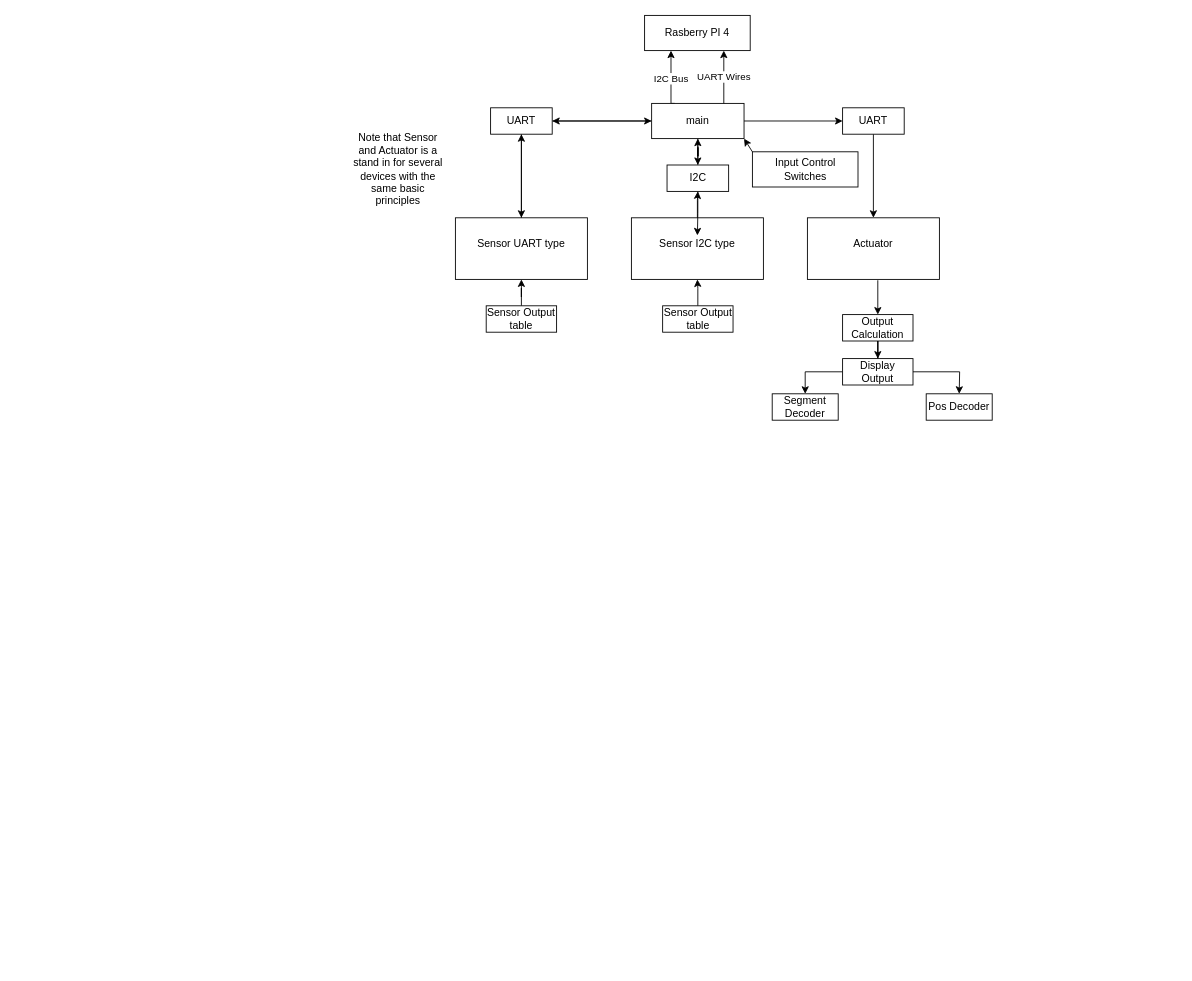
The draw.io diagram COMPE470L.drawio in Dkenner1/Test, before the edit. Source tidied: cells renumbered, new cells numbered last; positions are measured from the earlier drawing's top-left corner, leaving out a move shared by most shapes. Both pictures are drawn from the tidied source at 88%, with x=0, y=0 at pixel (349, 15).
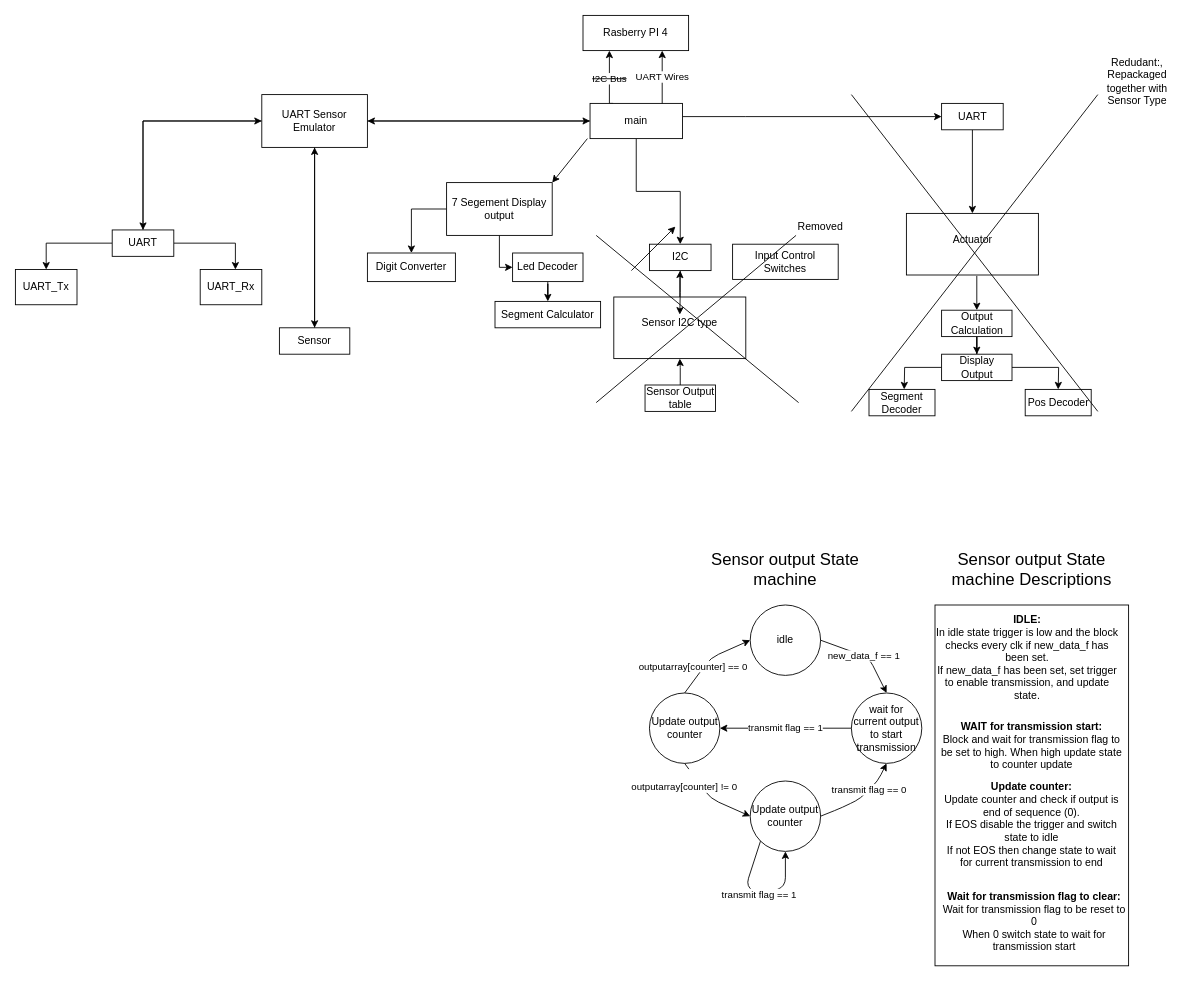
Above is the later version.

Diff of the diagram source:
```diff
@@
+    <mxCell id="43" style="rounded=0;whiteSpace=wrap;html=1;" parent="1" vertex="1">
+      <mxGeometry x="665" y="670" width="220" height="410" as="geometry" />
+    </mxCell>
-    <mxCell id="2" style="edgeStyle=orthogonalEdgeStyle;rounded=0;jettySize=auto;html=1;" parent="1" edge="1" source="6" target="29">
+    <mxCell id="2" style="edgeStyle=orthogonalEdgeStyle;rounded=0;jettySize=auto;html=1;exitX=0.5;exitY=1;exitDx=0;exitDy=0;" parent="1" edge="1" source="6" target="29">
       <mxGeometry relative="1" as="geometry" />
     </mxCell>
-    <mxCell id="3" style="edgeStyle=orthogonalEdgeStyle;rounded=0;jettySize=auto;html=1;entryX=1;entryY=0.5;entryDx=0;entryDy=0;" parent="1" edge="1" source="6" target="20">
-      <mxGeometry relative="1" as="geometry" />
-    </mxCell>
     <mxCell id="4" style="edgeStyle=orthogonalEdgeStyle;rounded=0;jettySize=auto;html=1;entryX=0;entryY=0.5;entryDx=0;entryDy=0;" parent="1" edge="1" source="6" target="24">
-      <mxGeometry relative="1" as="geometry" />
+      <mxGeometry relative="1" as="geometry">
+        <Array as="points">
+          <mxPoint x="450" y="115" />
+          <mxPoint x="450" y="115" />
+        </Array>
+      </mxGeometry>
     </mxCell>
-    <mxCell id="5" value="&lt;div&gt;I2C Bus&lt;/div&gt;" style="edgeStyle=orthogonalEdgeStyle;rounded=0;jettySize=auto;html=1;entryX=0.25;entryY=1;entryDx=0;entryDy=0;exitX=0.25;exitY=0;exitDx=0;exitDy=0;" parent="1" edge="1" source="6" target="7">
+    <mxCell id="5" value="&lt;div&gt;&lt;strike&gt;I2C Bus&lt;/strike&gt;&lt;/div&gt;" style="edgeStyle=orthogonalEdgeStyle;rounded=0;jettySize=auto;html=1;entryX=0.25;entryY=1;entryDx=0;entryDy=0;exitX=0.25;exitY=0;exitDx=0;exitDy=0;" parent="1" edge="1" source="6" target="7">
       <mxGeometry relative="1" as="geometry">
         <Array as="points">
-          <mxPoint x="365" y="100" />
+          <mxPoint x="295" y="100" />
         </Array>
       </mxGeometry>
     </mxCell>
+    <mxCell id="44" style="edgeStyle=orthogonalEdgeStyle;rounded=0;jettySize=auto;html=1;entryX=1;entryY=0.5;entryDx=0;entryDy=0;" parent="1" edge="1" source="6" target="60">
+      <mxGeometry relative="1" as="geometry" />
+    </mxCell>
     <mxCell id="6" value="main" style="rounded=0;whiteSpace=wrap;html=1;" parent="1" vertex="1">
-      <mxGeometry x="343" y="100" width="105" height="40" as="geometry" />
+      <mxGeometry x="273" y="100" width="105" height="40" as="geometry" />
     </mxCell>
     <mxCell id="7" value="Rasberry PI 4" style="rounded=0;whiteSpace=wrap;html=1;" parent="1" vertex="1">
-      <mxGeometry x="335" width="120" height="40" as="geometry" />
+      <mxGeometry x="265" width="120" height="40" as="geometry" />
     </mxCell>
     <mxCell id="8" value="Input Control Switches" style="rounded=0;whiteSpace=wrap;html=1;" parent="1" vertex="1">
-      <mxGeometry x="457.5" y="155" width="120" height="40" as="geometry" />
+      <mxGeometry x="435" y="260" width="120" height="40" as="geometry" />
     </mxCell>
-    <mxCell id="9" style="group;" parent="1" vertex="1">
-      <mxGeometry x="120" y="230" width="150" height="70" as="geometry" />
-    </mxCell>
-    <mxCell id="10" style="rounded=0;whiteSpace=wrap;html=1;" parent="9" vertex="1">
-      <mxGeometry width="150" height="70" as="geometry" />
-    </mxCell>
-    <mxCell id="11" value="Sensor UART type" style="text;html=1;strokeColor=none;fillColor=none;align=center;verticalAlign=middle;whiteSpace=wrap;rounded=0;" parent="9" vertex="1">
-      <mxGeometry x="20" y="20" width="110" height="20" as="geometry" />
-    </mxCell>
     <mxCell id="12" style="group;" parent="1" vertex="1">
-      <mxGeometry x="320" y="230" width="150" height="70" as="geometry" />
+      <mxGeometry x="300" y="320" width="150" height="70" as="geometry" />
     </mxCell>
@@
     <mxCell id="15" style="group;" parent="1" vertex="1">
-      <mxGeometry x="520" y="230" width="150" height="70" as="geometry" />
+      <mxGeometry x="632.5" y="225" width="150" height="70" as="geometry" />
     </mxCell>
@@
-    <mxCell id="18" style="edgeStyle=orthogonalEdgeStyle;rounded=0;jettySize=auto;html=1;entryX=0;entryY=0.5;entryDx=0;entryDy=0;" parent="1" edge="1" source="20" target="6">
-      <mxGeometry relative="1" as="geometry" />
-    </mxCell>
-    <mxCell id="19" style="edgeStyle=orthogonalEdgeStyle;rounded=0;jettySize=auto;html=1;entryX=0.5;entryY=0;entryDx=0;entryDy=0;" parent="1" edge="1" source="20" target="10">
-      <mxGeometry relative="1" as="geometry" />
-    </mxCell>
-    <mxCell id="20" value="UART" style="rounded=0;whiteSpace=wrap;html=1;" parent="1" vertex="1">
-      <mxGeometry x="160" y="105" width="70" height="30" as="geometry" />
-    </mxCell>
@@
     <mxCell id="22" value="Sensor Output table" style="rounded=0;whiteSpace=wrap;html=1;" parent="1" vertex="1">
-      <mxGeometry x="355.5" y="330" width="80" height="30" as="geometry" />
+      <mxGeometry x="335.5" y="420" width="80" height="30" as="geometry" />
     </mxCell>
@@
     <mxCell id="24" value="UART" style="rounded=0;whiteSpace=wrap;html=1;" parent="1" vertex="1">
-      <mxGeometry x="560" y="105" width="70" height="30" as="geometry" />
+      <mxGeometry x="672.5" y="100" width="70" height="30" as="geometry" />
     </mxCell>
@@
     <mxCell id="26" value="Output Calculation" style="rounded=0;whiteSpace=wrap;html=1;" parent="1" vertex="1">
-      <mxGeometry x="560" y="340" width="80" height="30" as="geometry" />
+      <mxGeometry x="672.5" y="335" width="80" height="30" as="geometry" />
     </mxCell>
-    <mxCell id="27" style="edgeStyle=orthogonalEdgeStyle;rounded=0;jettySize=auto;html=1;" parent="1" edge="1" source="29" target="6">
-      <mxGeometry relative="1" as="geometry" />
-    </mxCell>
@@
     <mxCell id="29" value="I2C" style="rounded=0;whiteSpace=wrap;html=1;" parent="1" vertex="1">
-      <mxGeometry x="360.5" y="170" width="70" height="30" as="geometry" />
+      <mxGeometry x="340.5" y="260" width="70" height="30" as="geometry" />
     </mxCell>
-    <mxCell id="30" style="edgeStyle=orthogonalEdgeStyle;rounded=0;jettySize=auto;html=1;" parent="1" edge="1" source="31" target="10">
-      <mxGeometry relative="1" as="geometry" />
-    </mxCell>
+    <mxCell id="45" style="edgeStyle=orthogonalEdgeStyle;rounded=0;jettySize=auto;html=1;entryX=0.5;entryY=1;entryDx=0;entryDy=0;" parent="1" edge="1" source="31" target="60">
+      <mxGeometry relative="1" as="geometry" />
+    </mxCell>
-    <mxCell id="31" value="Sensor Output table" style="rounded=0;whiteSpace=wrap;html=1;" parent="1" vertex="1">
-      <mxGeometry x="155" y="330" width="80" height="30" as="geometry" />
+    <mxCell id="31" value="Sensor " style="rounded=0;whiteSpace=wrap;html=1;" parent="1" vertex="1">
+      <mxGeometry x="-80" y="355" width="80" height="30" as="geometry" />
     </mxCell>
-    <mxCell id="32" style="edgeStyle=orthogonalEdgeStyle;rounded=0;jettySize=auto;html=1;" parent="1" edge="1" source="34" target="35">
-      <mxGeometry relative="1" as="geometry" />
+    <mxCell id="32" style="edgeStyle=orthogonalEdgeStyle;rounded=0;jettySize=auto;html=1;" parent="1" edge="1" source="34">
+      <mxGeometry relative="1" as="geometry">
+        <mxPoint x="630" y="425" as="targetPoint" />
+      </mxGeometry>
     </mxCell>
     <mxCell id="33" style="edgeStyle=orthogonalEdgeStyle;rounded=0;jettySize=auto;html=1;entryX=0.5;entryY=0;entryDx=0;entryDy=0;" parent="1" edge="1" source="34">
       <mxGeometry relative="1" as="geometry">
-        <mxPoint x="692.5" y="430" as="targetPoint" />
+        <mxPoint x="805" y="425" as="targetPoint" />
       </mxGeometry>
     </mxCell>
     <mxCell id="34" value="Display Output" style="rounded=0;whiteSpace=wrap;html=1;" parent="1" vertex="1">
-      <mxGeometry x="560" y="390" width="80" height="30" as="geometry" />
+      <mxGeometry x="672.5" y="385" width="80" height="30" as="geometry" />
     </mxCell>
     <mxCell id="35" value="Segment Decoder" style="whiteSpace=wrap;html=1;rounded=0;" parent="1" vertex="1">
-      <mxGeometry x="480" y="430" width="75" height="30" as="geometry" />
+      <mxGeometry x="590" y="425" width="75" height="30" as="geometry" />
     </mxCell>
@@
-    <mxCell id="37" style="edgeStyle=orthogonalEdgeStyle;rounded=0;jettySize=auto;html=1;entryX=0.5;entryY=1;entryDx=0;entryDy=0;" parent="1" edge="1" source="10" target="20">
-      <mxGeometry relative="1" as="geometry" />
-    </mxCell>
     <mxCell id="38" value="Pos Decoder" style="whiteSpace=wrap;html=1;rounded=0;" parent="1" vertex="1">
-      <mxGeometry x="655" y="430" width="75" height="30" as="geometry" />
+      <mxGeometry x="767.5" y="425" width="75" height="30" as="geometry" />
     </mxCell>
     <mxCell id="39" style="endArrow=classic;html=1;entryX=0.5;entryY=0;entryDx=0;entryDy=0;" parent="1" edge="1" target="26">
       <mxGeometry relative="1" as="geometry">
-        <mxPoint x="600" y="301" as="sourcePoint" />
+        <mxPoint x="712.5" y="296" as="sourcePoint" />
       </mxGeometry>
     </mxCell>
-    <mxCell id="40" value="Note that Sensor and Actuator is a stand in for several devices with the same basic principles" style="text;html=1;strokeColor=none;fillColor=none;align=center;verticalAlign=middle;whiteSpace=wrap;rounded=0;" parent="1" vertex="1">
-      <mxGeometry y="130" width="110" height="90" as="geometry" />
-    </mxCell>
     <mxCell id="41" value="UART Wires" style="endArrow=classic;html=1;entryX=0.75;entryY=1;entryDx=0;entryDy=0;" parent="1" edge="1" target="7">
       <mxGeometry relative="1" as="geometry">
-        <mxPoint x="425" y="100" as="sourcePoint" />
+        <mxPoint x="355" y="100" as="sourcePoint" />
       </mxGeometry>
     </mxCell>
-    <mxCell id="42" style="endArrow=classic;html=1;entryX=1;entryY=1;entryDx=0;entryDy=0;exitX=0;exitY=0;exitDx=0;exitDy=0;" parent="1" edge="1" source="8" target="6">
-      <mxGeometry relative="1" as="geometry" />
-    </mxCell>
+    <mxCell id="46" style="endArrow=none;html=1;" parent="1" edge="1">
+      <mxGeometry relative="1" as="geometry">
+        <mxPoint x="280" y="440" as="sourcePoint" />
+        <mxPoint x="507.1" y="250" as="targetPoint" />
+      </mxGeometry>
+    </mxCell>
+    <mxCell id="47" value="Removed" style="text;html=1;strokeColor=none;fillColor=none;align=center;verticalAlign=middle;whiteSpace=wrap;rounded=0;" parent="1" vertex="1">
+      <mxGeometry x="490" y="225" width="90" height="30" as="geometry" />
+    </mxCell>
+    <mxCell id="48" style="endArrow=none;html=1;" parent="1" edge="1">
+      <mxGeometry relative="1" as="geometry">
+        <mxPoint x="510" y="440" as="sourcePoint" />
+        <mxPoint x="280" y="250" as="targetPoint" />
+      </mxGeometry>
+    </mxCell>
+    <mxCell id="49" style="edgeStyle=orthogonalEdgeStyle;rounded=0;jettySize=auto;html=1;entryX=0;entryY=0.5;entryDx=0;entryDy=0;" parent="1" edge="1" source="20" target="60">
+      <mxGeometry relative="1" as="geometry">
+        <Array as="points">
+          <mxPoint x="-235" y="120" />
+        </Array>
+      </mxGeometry>
+    </mxCell>
+    <mxCell id="50" style="edgeStyle=orthogonalEdgeStyle;rounded=0;jettySize=auto;html=1;entryX=0.5;entryY=0;entryDx=0;entryDy=0;" parent="1" edge="1" source="20" target="52">
+      <mxGeometry relative="1" as="geometry" />
+    </mxCell>
+    <mxCell id="51" style="edgeStyle=orthogonalEdgeStyle;rounded=0;jettySize=auto;html=1;" parent="1" edge="1" source="20">
+      <mxGeometry relative="1" as="geometry">
+        <mxPoint x="-130" y="288.8" as="targetPoint" />
+        <Array as="points">
+          <mxPoint x="-130" y="258.8" />
+          <mxPoint x="-130" y="288.8" />
+        </Array>
+      </mxGeometry>
+    </mxCell>
+    <mxCell id="20" value="UART" style="rounded=0;whiteSpace=wrap;html=1;" parent="1" vertex="1">
+      <mxGeometry x="-270" y="243.8" width="70" height="30" as="geometry" />
+    </mxCell>
+    <mxCell id="52" value="UART_Tx" style="rounded=0;whiteSpace=wrap;html=1;" parent="1" vertex="1">
+      <mxGeometry x="-380" y="288.8" width="70" height="40" as="geometry" />
+    </mxCell>
+    <mxCell id="53" value="UART_Rx" style="rounded=0;whiteSpace=wrap;html=1;" parent="1" vertex="1">
+      <mxGeometry x="-170" y="288.8" width="70" height="40" as="geometry" />
+    </mxCell>
+    <mxCell id="54" style="endArrow=none;html=1;" parent="1" edge="1">
+      <mxGeometry relative="1" as="geometry">
+        <mxPoint x="570" y="450" as="sourcePoint" />
+        <mxPoint x="850" y="90" as="targetPoint" />
+      </mxGeometry>
+    </mxCell>
+    <mxCell id="55" style="endArrow=none;html=1;" parent="1" edge="1">
+      <mxGeometry relative="1" as="geometry">
+        <mxPoint x="850" y="450" as="sourcePoint" />
+        <mxPoint x="570" y="90" as="targetPoint" />
+      </mxGeometry>
+    </mxCell>
+    <mxCell id="56" value="Redudant:, Repackaged together with Sensor Type" style="text;html=1;strokeColor=none;fillColor=none;align=center;verticalAlign=middle;whiteSpace=wrap;rounded=0;" parent="1" vertex="1">
+      <mxGeometry x="850" y="60" width="90" height="30" as="geometry" />
+    </mxCell>
+    <mxCell id="57" style="edgeStyle=orthogonalEdgeStyle;rounded=0;jettySize=auto;html=1;exitX=1;exitY=0.5;exitDx=0;exitDy=0;" parent="1" edge="1" source="60" target="6">
+      <mxGeometry relative="1" as="geometry" />
+    </mxCell>
+    <mxCell id="58" style="edgeStyle=orthogonalEdgeStyle;rounded=0;jettySize=auto;html=1;entryX=0.5;entryY=0;entryDx=0;entryDy=0;" parent="1" edge="1" source="60" target="31">
+      <mxGeometry relative="1" as="geometry" />
+    </mxCell>
+    <mxCell id="59" style="edgeStyle=orthogonalEdgeStyle;rounded=0;jettySize=auto;html=1;entryX=0.5;entryY=0;entryDx=0;entryDy=0;" parent="1" edge="1" source="60" target="20">
+      <mxGeometry relative="1" as="geometry" />
+    </mxCell>
+    <mxCell id="60" value="&lt;div&gt;UART Sensor Emulator&lt;/div&gt;" style="rounded=0;whiteSpace=wrap;html=1;" parent="1" vertex="1">
+      <mxGeometry x="-100" y="90" width="120" height="60" as="geometry" />
+    </mxCell>
+    <mxCell id="61" value="idle" style="ellipse;whiteSpace=wrap;html=1;" parent="1" vertex="1">
+      <mxGeometry x="455" y="670" width="80" height="80" as="geometry" />
+    </mxCell>
+    <mxCell id="62" value="&lt;font style=&quot;font-size: 19px&quot;&gt;Sensor output State machine&lt;/font&gt;" style="text;html=1;strokeColor=none;fillColor=none;align=center;verticalAlign=middle;whiteSpace=wrap;rounded=0;" parent="1" vertex="1">
+      <mxGeometry x="390" y="600" width="210" height="60" as="geometry" />
+    </mxCell>
+    <mxCell id="63" value="transmit flag == 1" style="edgeStyle=orthogonalEdgeStyle;rounded=0;jettySize=auto;html=1;" parent="1" edge="1" source="64">
+      <mxGeometry relative="1" as="geometry">
+        <mxPoint x="420.5" y="810" as="targetPoint" />
+        <Array as="points">
+          <mxPoint x="490" y="810" />
+          <mxPoint x="490" y="810" />
+        </Array>
+      </mxGeometry>
+    </mxCell>
+    <mxCell id="64" value="wait for current output to start transmission" style="ellipse;whiteSpace=wrap;html=1;" parent="1" vertex="1">
+      <mxGeometry x="570" y="770" width="80" height="80" as="geometry" />
+    </mxCell>
+    <mxCell id="65" value="outputarray[counter] == 0" style="endArrow=classic;html=1;exitX=0.5;exitY=0;exitDx=0;exitDy=0;entryX=0;entryY=0.5;entryDx=0;entryDy=0;" parent="1" edge="1" target="61">
+      <mxGeometry x="-0.4" y="10" relative="1" as="geometry">
+        <mxPoint x="380.5" y="770" as="sourcePoint" />
+        <Array as="points">
+          <mxPoint x="410" y="730" />
+        </Array>
+      </mxGeometry>
+    </mxCell>
+    <mxCell id="66" value="&lt;div&gt;new_data_f == 1&lt;/div&gt;" style="endArrow=classic;html=1;entryX=0.5;entryY=0;entryDx=0;entryDy=0;exitX=1;exitY=0.5;exitDx=0;exitDy=0;" parent="1" edge="1" source="61" target="64">
+      <mxGeometry relative="1" as="geometry">
+        <Array as="points">
+          <mxPoint x="590" y="730" />
+        </Array>
+      </mxGeometry>
+    </mxCell>
+    <mxCell id="67" value="&lt;div&gt;&lt;b&gt;IDLE:&lt;/b&gt;&lt;/div&gt;&lt;div&gt;In idle state trigger is low and the block checks every clk if new_data_f has been set.&lt;/div&gt;&lt;div&gt;If new_data_f has been set, set trigger to enable transmission, and update state.&lt;br&gt;&lt;/div&gt;" style="text;html=1;strokeColor=none;fillColor=none;align=center;verticalAlign=middle;whiteSpace=wrap;rounded=0;" parent="1" vertex="1">
+      <mxGeometry x="665" y="690" width="210" height="80" as="geometry" />
+    </mxCell>
+    <mxCell id="68" value="&lt;font style=&quot;font-size: 19px&quot;&gt;Sensor output State machine Descriptions&lt;br&gt;&lt;/font&gt;" style="text;html=1;strokeColor=none;fillColor=none;align=center;verticalAlign=middle;whiteSpace=wrap;rounded=0;" parent="1" vertex="1">
+      <mxGeometry x="670" y="600" width="210" height="60" as="geometry" />
+    </mxCell>
+    <mxCell id="69" value="&lt;div&gt;&lt;b&gt;WAIT for transmission start:&lt;/b&gt;&lt;/div&gt;&lt;div&gt;Block and wait for transmission flag to be set to high. When high update state to counter update&lt;br&gt;&lt;/div&gt;" style="text;html=1;strokeColor=none;fillColor=none;align=center;verticalAlign=middle;whiteSpace=wrap;rounded=0;" parent="1" vertex="1">
+      <mxGeometry x="670" y="790" width="210" height="80" as="geometry" />
+    </mxCell>
+    <mxCell id="70" value="&lt;div&gt;&lt;b&gt;Update counter:&lt;/b&gt;&lt;/div&gt;&lt;div&gt;Update counter and check if output is end of sequence (0).&lt;/div&gt;&lt;div&gt;If EOS disable the trigger and switch state to idle&lt;/div&gt;&lt;div&gt;If not EOS then change state to wait for current transmission to end&lt;br&gt;&lt;/div&gt;" style="text;html=1;strokeColor=none;fillColor=none;align=center;verticalAlign=middle;whiteSpace=wrap;rounded=0;" parent="1" vertex="1">
+      <mxGeometry x="670" y="880" width="210" height="80" as="geometry" />
+    </mxCell>
+    <mxCell id="71" value="&lt;div&gt;&lt;b&gt;Wait for transmission flag to clear:&lt;/b&gt;&lt;/div&gt;&lt;div&gt;Wait for transmission flag to be reset to 0&lt;/div&gt;&lt;div&gt;When 0 switch state to wait for transmission start&lt;br&gt;&lt;/div&gt;" style="text;html=1;strokeColor=none;fillColor=none;align=center;verticalAlign=middle;whiteSpace=wrap;rounded=0;" parent="1" vertex="1">
+      <mxGeometry x="672.5" y="990" width="210" height="80" as="geometry" />
+    </mxCell>
+    <mxCell id="72" value="Update output counter" style="ellipse;whiteSpace=wrap;html=1;" parent="1" vertex="1">
+      <mxGeometry x="340.5" y="770" width="80" height="80" as="geometry" />
+    </mxCell>
+    <mxCell id="73" value="Update output counter" style="ellipse;whiteSpace=wrap;html=1;" parent="1" vertex="1">
+      <mxGeometry x="455" y="870" width="80" height="80" as="geometry" />
+    </mxCell>
+    <mxCell id="74" value="transmit flag == 0" style="endArrow=classic;html=1;entryX=0.5;entryY=1;entryDx=0;entryDy=0;exitX=1;exitY=0.5;exitDx=0;exitDy=0;" parent="1" edge="1" source="73" target="64">
+      <mxGeometry x="0.27" relative="1" as="geometry">
+        <Array as="points">
+          <mxPoint x="560" y="900" />
+          <mxPoint x="580" y="890" />
+          <mxPoint x="600" y="870" />
+        </Array>
+      </mxGeometry>
+    </mxCell>
+    <mxCell id="75" value="transmit flag == 1" style="endArrow=classic;html=1;exitX=0;exitY=1;exitDx=0;exitDy=0;" parent="1" edge="1" source="73">
+      <mxGeometry relative="1" as="geometry">
+        <mxPoint x="495" y="950" as="targetPoint" />
+        <Array as="points">
+          <mxPoint x="450" y="990" />
+          <mxPoint x="467" y="1000" />
+          <mxPoint x="495" y="990" />
+        </Array>
+      </mxGeometry>
+    </mxCell>
+    <mxCell id="76" value="&lt;br&gt;outputarray[counter] != 0&lt;br&gt;" style="endArrow=classic;html=1;exitX=0.5;exitY=1;exitDx=0;exitDy=0;entryX=0;entryY=0.5;entryDx=0;entryDy=0;" parent="1" edge="1" source="72" target="73">
+      <mxGeometry x="-0.68" y="-12" relative="1" as="geometry">
+        <Array as="points">
+          <mxPoint x="410" y="890" />
+        </Array>
+      </mxGeometry>
+    </mxCell>
+    <mxCell id="77" style="edgeStyle=orthogonalEdgeStyle;rounded=0;jettySize=auto;html=1;entryX=0.5;entryY=0;entryDx=0;entryDy=0;" parent="1" edge="1" source="79" target="81">
+      <mxGeometry relative="1" as="geometry">
+        <Array as="points">
+          <mxPoint x="70" y="220" />
+        </Array>
+      </mxGeometry>
+    </mxCell>
+    <mxCell id="78" style="edgeStyle=orthogonalEdgeStyle;rounded=0;jettySize=auto;html=1;entryX=0;entryY=0.5;entryDx=0;entryDy=0;" parent="1" edge="1" source="79" target="83">
+      <mxGeometry relative="1" as="geometry">
+        <Array as="points">
+          <mxPoint x="170" y="286" />
+          <mxPoint x="185" y="286" />
+        </Array>
+      </mxGeometry>
+    </mxCell>
+    <mxCell id="79" value="7 Segement Display output" style="rounded=0;whiteSpace=wrap;html=1;" parent="1" vertex="1">
+      <mxGeometry x="110" y="190" width="120" height="60" as="geometry" />
+    </mxCell>
+    <mxCell id="80" style="endArrow=classic;html=1;entryX=1;entryY=0;entryDx=0;entryDy=0;" parent="1" edge="1" target="79">
+      <mxGeometry relative="1" as="geometry">
+        <mxPoint x="270" y="140" as="sourcePoint" />
+      </mxGeometry>
+    </mxCell>
+    <mxCell id="81" value="Digit Converter" style="rounded=0;whiteSpace=wrap;html=1;" parent="1" vertex="1">
+      <mxGeometry x="20" y="270" width="100" height="32.5" as="geometry" />
+    </mxCell>
+    <mxCell id="82" style="edgeStyle=orthogonalEdgeStyle;rounded=0;jettySize=auto;html=1;entryX=0.5;entryY=0;entryDx=0;entryDy=0;" parent="1" edge="1" source="83" target="84">
+      <mxGeometry relative="1" as="geometry" />
+    </mxCell>
+    <mxCell id="83" value="Led Decoder" style="rounded=0;whiteSpace=wrap;html=1;" parent="1" vertex="1">
+      <mxGeometry x="185" y="270" width="80" height="32.5" as="geometry" />
+    </mxCell>
+    <mxCell id="84" value="Segment Calculator" style="rounded=0;whiteSpace=wrap;html=1;" parent="1" vertex="1">
+      <mxGeometry x="165" y="325" width="120" height="30" as="geometry" />
+    </mxCell>
+    <mxCell id="85" style="endArrow=classic;html=1;" parent="1" edge="1">
+      <mxGeometry relative="1" as="geometry">
+        <mxPoint x="320" y="290" as="sourcePoint" />
+        <mxPoint x="370" y="240" as="targetPoint" />
+      </mxGeometry>
+    </mxCell>
```
